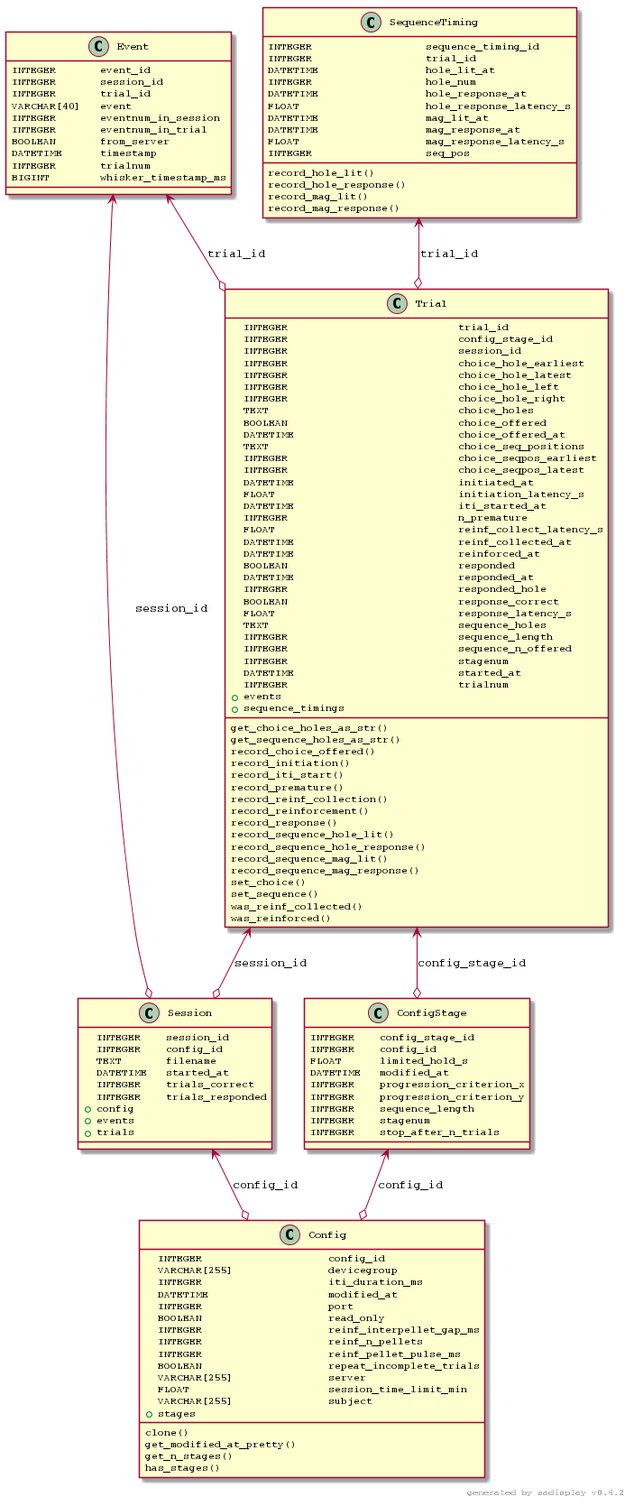
The PlantUML diagram docs/source/screenshots/database_schema.png in RudolfCardinal/whisker_serial_order, before a commit.
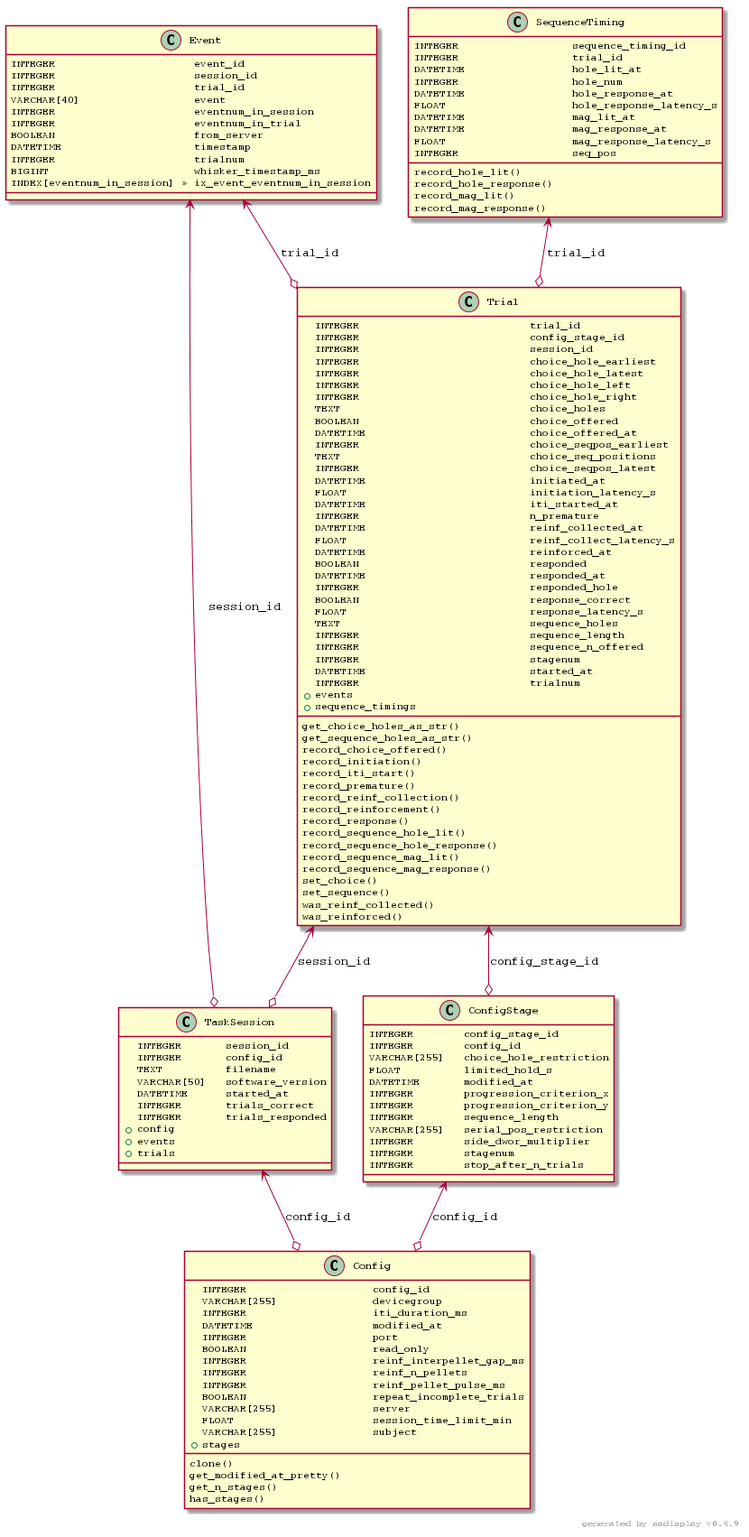
The same diagram one commit later.

Diff of the diagram source:
```diff
@@ -24,28 +24,32 @@
 }
 
 Class ConfigStage {
-    INTEGER  ? config_stage_id
-    INTEGER  ? config_id
-    FLOAT    ? limited_hold_s
-    DATETIME ? modified_at
-    INTEGER  ? progression_criterion_x
-    INTEGER  ? progression_criterion_y
-    INTEGER  ? sequence_length
-    INTEGER  ? stagenum
-    INTEGER  ? stop_after_n_trials
+    INTEGER      ? config_stage_id
+    INTEGER      ? config_id
+    VARCHAR[255] ? choice_hole_restriction
+    FLOAT        ? limited_hold_s
+    DATETIME     ? modified_at
+    INTEGER      ? progression_criterion_x
+    INTEGER      ? progression_criterion_y
+    INTEGER      ? sequence_length
+    VARCHAR[255] ? serial_pos_restriction
+    INTEGER      ? side_dwor_multiplier
+    INTEGER      ? stagenum
+    INTEGER      ? stop_after_n_trials
 }
 
 Class Event {
-    INTEGER     ? event_id
-    INTEGER     ? session_id
-    INTEGER     ? trial_id
-    VARCHAR[40] ? event
-    INTEGER     ? eventnum_in_session
-    INTEGER     ? eventnum_in_trial
-    BOOLEAN     ? from_server
-    DATETIME    ? timestamp
-    INTEGER     ? trialnum
-    BIGINT      ? whisker_timestamp_ms
+    INTEGER                    ? event_id
+    INTEGER                    ? session_id
+    INTEGER                    ? trial_id
+    VARCHAR[40]                ? event
+    INTEGER                    ? eventnum_in_session
+    INTEGER                    ? eventnum_in_trial
+    BOOLEAN                    ? from_server
+    DATETIME                   ? timestamp
+    INTEGER                    ? trialnum
+    BIGINT                     ? whisker_timestamp_ms
+    INDEX[eventnum_in_session] » ix_event_eventnum_in_session
 }
 
 Class SequenceTiming {
@@ -65,16 +69,17 @@
     record_mag_response()
 }
 
-Class Session {
-    INTEGER  ? session_id
-    INTEGER  ? config_id
-    TEXT     ? filename
-    DATETIME ? started_at
-    INTEGER  ? trials_correct
-    INTEGER  ? trials_responded
-    +        config
-    +        events
-    +        trials
+Class TaskSession {
+    INTEGER     ? session_id
+    INTEGER     ? config_id
+    TEXT        ? filename
+    VARCHAR[50] ? software_version
+    DATETIME    ? started_at
+    INTEGER     ? trials_correct
+    INTEGER     ? trials_responded
+    +           config
+    +           events
+    +           trials
 }
 
 Class Trial {
@@ -88,15 +93,15 @@
     TEXT                            ? choice_holes
     BOOLEAN                         ? choice_offered
     DATETIME                        ? choice_offered_at
+    INTEGER                         ? choice_seqpos_earliest
     TEXT                            ? choice_seq_positions
-    INTEGER                         ? choice_seqpos_earliest
     INTEGER                         ? choice_seqpos_latest
     DATETIME                        ? initiated_at
     FLOAT                           ? initiation_latency_s
     DATETIME                        ? iti_started_at
     INTEGER                         ? n_premature
+    DATETIME                        ? reinf_collected_at
     FLOAT                           ? reinf_collect_latency_s
-    DATETIME                        ? reinf_collected_at
     DATETIME                        ? reinforced_at
     BOOLEAN                         ? responded
     DATETIME                        ? responded_at
@@ -132,18 +137,18 @@
 
 ConfigStage <--o Config: config_id
 
-Event <--o Session: session_id
+Event <--o TaskSession: session_id
 
 Event <--o Trial: trial_id
 
 SequenceTiming <--o Trial: trial_id
 
-Session <--o Config: config_id
+TaskSession <--o Config: config_id
 
-Trial <--o Session: session_id
+Trial <--o TaskSession: session_id
 
 Trial <--o ConfigStage: config_stage_id
 
-right footer generated by sadisplay v0.4.2
+right footer generated by sadisplay v0.4.9
 
 @enduml
```
